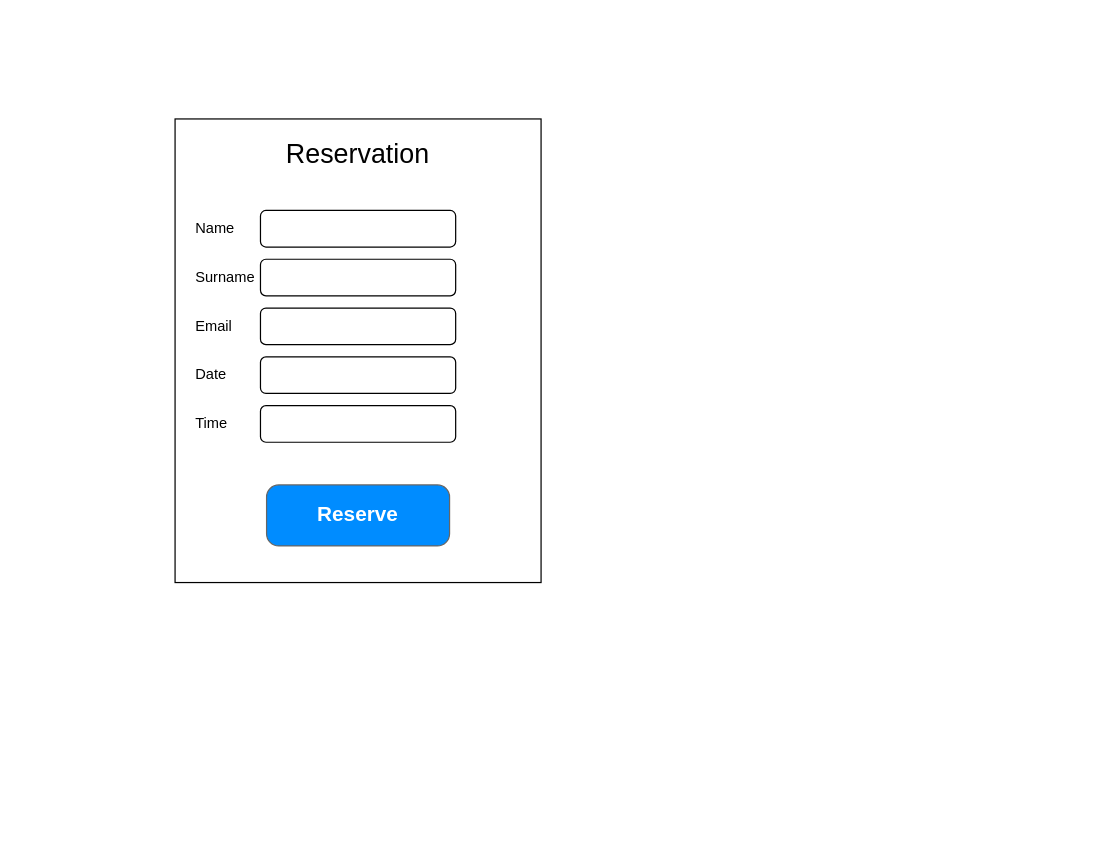
Earlier version of the draw.io diagram wireframe.drawio (bicencdominik/7SWI1_Project). Source tidied: cells renumbered, new cells numbered last; positions are measured from the earlier drawing's top-left corner, leaving out a move shared by most shapes. Both pictures are drawn from the tidied source at 122%, with x=0, y=0 at pixel (174, 118).
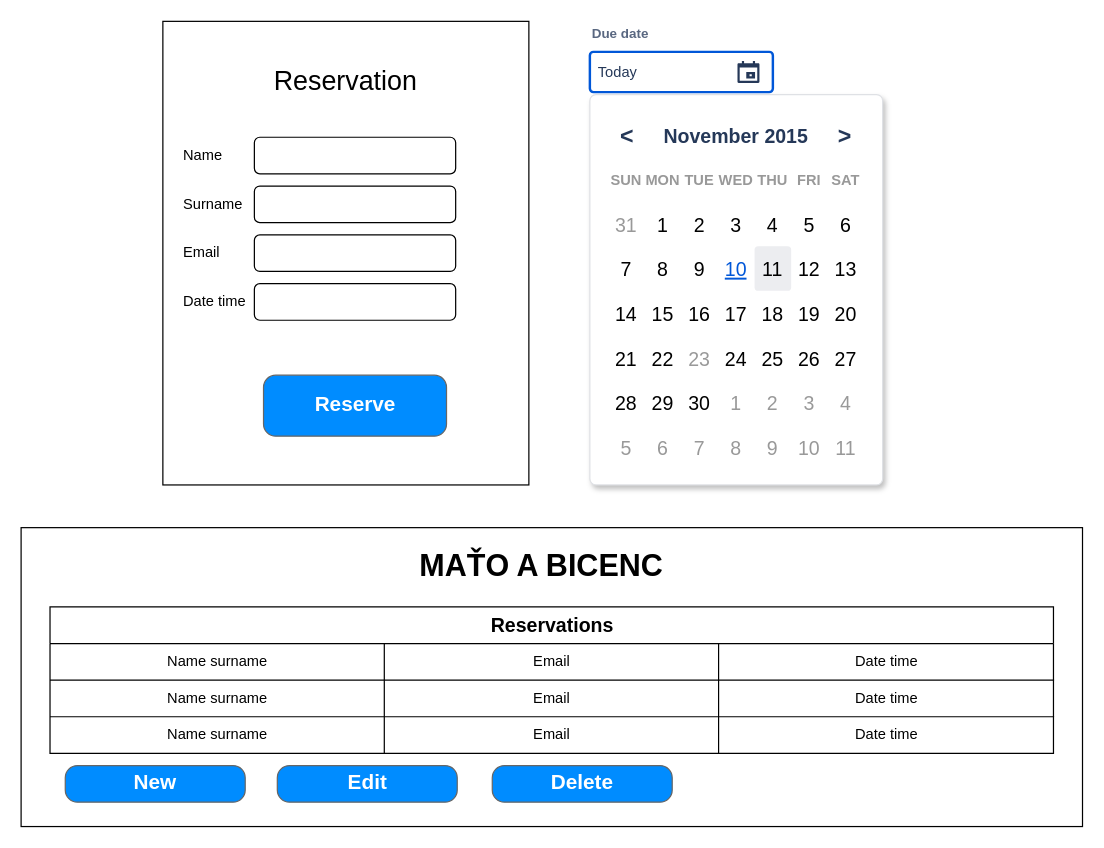
After the change.

What changed in the source:
```diff
@@
     <mxCell id="2" style="rounded=0;whiteSpace=wrap;html=1;glass=0;sketch=0;shadow=0;" parent="1" vertex="1">
-      <mxGeometry width="300" height="380" as="geometry" />
+      <mxGeometry x="-10" y="-80" width="300" height="380" as="geometry" />
     </mxCell>
     <mxCell id="3" value="Name" style="text;html=1;strokeColor=none;fillColor=none;align=left;verticalAlign=middle;whiteSpace=wrap;rounded=0;shadow=0;glass=0;sketch=0;" parent="1" vertex="1">
-      <mxGeometry x="15" y="80" width="40" height="20" as="geometry" />
+      <mxGeometry x="5" y="20" width="40" height="20" as="geometry" />
     </mxCell>
     <mxCell id="4" value="Surname" style="text;html=1;strokeColor=none;fillColor=none;align=left;verticalAlign=middle;whiteSpace=wrap;rounded=0;shadow=0;glass=0;sketch=0;" parent="1" vertex="1">
-      <mxGeometry x="15" y="120" width="70" height="20" as="geometry" />
+      <mxGeometry x="5" y="60" width="70" height="20" as="geometry" />
     </mxCell>
     <mxCell id="5" style="rounded=1;whiteSpace=wrap;html=1;shadow=0;glass=0;sketch=0;align=left;" parent="1" vertex="1">
-      <mxGeometry x="70" y="75" width="160" height="30" as="geometry" />
+      <mxGeometry x="65" y="15" width="165" height="30" as="geometry" />
     </mxCell>
     <mxCell id="6" style="rounded=1;whiteSpace=wrap;html=1;shadow=0;glass=0;sketch=0;align=left;" parent="1" vertex="1">
-      <mxGeometry x="70" y="115" width="160" height="30" as="geometry" />
+      <mxGeometry x="65" y="55" width="165" height="30" as="geometry" />
     </mxCell>
     <mxCell id="7" value="Email" style="text;html=1;strokeColor=none;fillColor=none;align=left;verticalAlign=middle;whiteSpace=wrap;rounded=0;shadow=0;glass=0;sketch=0;" parent="1" vertex="1">
-      <mxGeometry x="15" y="160" width="70" height="20" as="geometry" />
+      <mxGeometry x="5" y="100" width="70" height="20" as="geometry" />
     </mxCell>
     <mxCell id="8" style="rounded=1;whiteSpace=wrap;html=1;shadow=0;glass=0;sketch=0;align=left;" parent="1" vertex="1">
-      <mxGeometry x="70" y="155" width="160" height="30" as="geometry" />
+      <mxGeometry x="65" y="95" width="165" height="30" as="geometry" />
     </mxCell>
-    <mxCell id="9" value="Date" style="text;html=1;strokeColor=none;fillColor=none;align=left;verticalAlign=middle;whiteSpace=wrap;rounded=0;shadow=0;glass=0;sketch=0;" parent="1" vertex="1">
-      <mxGeometry x="15" y="200" width="70" height="20" as="geometry" />
+    <mxCell id="9" value="Date time" style="text;html=1;strokeColor=none;fillColor=none;align=left;verticalAlign=middle;whiteSpace=wrap;rounded=0;shadow=0;glass=0;sketch=0;" parent="1" vertex="1">
+      <mxGeometry x="5" y="140" width="70" height="20" as="geometry" />
     </mxCell>
     <mxCell id="10" style="rounded=1;whiteSpace=wrap;html=1;shadow=0;glass=0;sketch=0;align=left;" parent="1" vertex="1">
-      <mxGeometry x="70" y="195" width="160" height="30" as="geometry" />
+      <mxGeometry x="65" y="135" width="165" height="30" as="geometry" />
     </mxCell>
     <mxCell id="11" value="Reserve" style="strokeWidth=1;shadow=0;dashed=0;align=center;html=1;shape=mxgraph.mockup.buttons.button;strokeColor=#666666;fontColor=#ffffff;mainText=;buttonStyle=round;fontSize=17;fontStyle=1;fillColor=#008cff;whiteSpace=wrap;rounded=0;glass=0;sketch=0;" parent="1" vertex="1">
-      <mxGeometry x="75" y="300" width="150" height="50" as="geometry" />
+      <mxGeometry x="72.5" y="210" width="150" height="50" as="geometry" />
     </mxCell>
-    <mxCell id="12" value="Time" style="text;html=1;strokeColor=none;fillColor=none;align=left;verticalAlign=middle;whiteSpace=wrap;rounded=0;shadow=0;glass=0;sketch=0;" parent="1" vertex="1">
-      <mxGeometry x="15" y="240" width="70" height="20" as="geometry" />
-    </mxCell>
-    <mxCell id="13" style="rounded=1;whiteSpace=wrap;html=1;shadow=0;glass=0;sketch=0;align=left;" parent="1" vertex="1">
-      <mxGeometry x="70" y="235" width="160" height="30" as="geometry" />
-    </mxCell>
     <mxCell id="14" value="&lt;font style=&quot;font-size: 22px&quot;&gt;Reservation&lt;/font&gt;" style="text;html=1;strokeColor=none;fillColor=none;align=center;verticalAlign=middle;whiteSpace=wrap;rounded=0;shadow=0;glass=0;sketch=0;" parent="1" vertex="1">
-      <mxGeometry x="110" y="20" width="80" height="20" as="geometry" />
+      <mxGeometry x="100" y="-40" width="80" height="20" as="geometry" />
     </mxCell>
+    <mxCell id="15" value="Due date" style="fillColor=none;strokeColor=none;html=1;fontSize=11;fontStyle=0;align=left;fontColor=#596780;fontStyle=1;fontSize=11;" parent="1" vertex="1">
+      <mxGeometry x="340" y="-80" width="240" height="20" as="geometry" />
+    </mxCell>
+    <mxCell id="16" value="Today" style="rounded=1;arcSize=9;fillColor=#ffffff;align=left;spacingLeft=5;strokeColor=#0057D8;html=1;strokeWidth=2;fontColor=#253858;fontSize=12;" parent="1" vertex="1">
+      <mxGeometry x="340" y="-55" width="150" height="33" as="geometry" />
+    </mxCell>
+    <mxCell id="17" style="shape=mxgraph.gmdl.calendar;fillColor=#253858;strokeColor=none;" parent="16" vertex="1">
+      <mxGeometry x="1" y="0.5" width="18" height="18" relative="1" as="geometry">
+        <mxPoint x="-29" y="-9" as="offset" />
+      </mxGeometry>
+    </mxCell>
+    <mxCell id="18" style="shape=mxgraph.mockup.forms.rrect;rSize=5;strokeColor=#DFE1E5;fillColor=#ffffff;shadow=1;" parent="1" vertex="1">
+      <mxGeometry x="340" y="-20" width="240" height="320" as="geometry" />
+    </mxCell>
+    <mxCell id="19" value="November 2015" style="strokeColor=none;fillColor=none;fontColor=#253858;fontSize=16;fontStyle=1;" parent="18" vertex="1">
+      <mxGeometry x="45" y="14.6" width="150" height="36.6" as="geometry" />
+    </mxCell>
+    <mxCell id="20" value="&lt;" style="strokeColor=none;fillColor=none;fontColor=#253858;fontSize=19;fontStyle=1;" parent="18" vertex="1">
+      <mxGeometry x="12" y="14.6" width="37.5" height="36.6" as="geometry" />
+    </mxCell>
+    <mxCell id="21" value="&gt;" style="strokeColor=none;fillColor=none;fontColor=#253858;fontSize=19;fontStyle=1;" parent="18" vertex="1">
+      <mxGeometry x="190.5" y="14.6" width="37.5" height="36.6" as="geometry" />
+    </mxCell>
+    <mxCell id="22" value="SUN" style="strokeColor=none;fillColor=none;fontColor=#999999;fontSize=12;fontStyle=1;" parent="18" vertex="1">
+      <mxGeometry x="15" y="51.2" width="30" height="36.6" as="geometry" />
+    </mxCell>
+    <mxCell id="23" value="MON" style="strokeColor=none;fillColor=none;fontColor=#999999;fontSize=12;fontStyle=1;" parent="18" vertex="1">
+      <mxGeometry x="45" y="51.2" width="30" height="36.6" as="geometry" />
+    </mxCell>
+    <mxCell id="24" value="TUE" style="strokeColor=none;fillColor=none;fontColor=#999999;fontSize=12;fontStyle=1;" parent="18" vertex="1">
+      <mxGeometry x="75" y="51.2" width="30" height="36.6" as="geometry" />
+    </mxCell>
+    <mxCell id="25" value="WED" style="strokeColor=none;fillColor=none;fontColor=#999999;fontSize=12;fontStyle=1;" parent="18" vertex="1">
+      <mxGeometry x="105" y="51.2" width="30" height="36.6" as="geometry" />
+    </mxCell>
+    <mxCell id="26" value="THU" style="strokeColor=none;fillColor=none;fontColor=#999999;fontSize=12;fontStyle=1;" parent="18" vertex="1">
+      <mxGeometry x="135" y="51.2" width="30" height="36.6" as="geometry" />
+    </mxCell>
+    <mxCell id="27" value="FRI" style="strokeColor=none;fillColor=none;fontColor=#999999;fontSize=12;fontStyle=1;" parent="18" vertex="1">
+      <mxGeometry x="165" y="51.2" width="30" height="36.6" as="geometry" />
+    </mxCell>
+    <mxCell id="28" value="SAT" style="strokeColor=none;fillColor=none;fontColor=#999999;fontSize=12;fontStyle=1;" parent="18" vertex="1">
+      <mxGeometry x="195" y="51.2" width="30" height="36.6" as="geometry" />
+    </mxCell>
+    <mxCell id="29" value="31" style="strokeColor=none;fillColor=none;fontColor=#999999;fontSize=16;" parent="18" vertex="1">
+      <mxGeometry x="15" y="87.8" width="30" height="36.6" as="geometry" />
+    </mxCell>
+    <mxCell id="30" value="1" style="strokeColor=none;fillColor=none;fontColor=#000000;fontSize=16;" parent="18" vertex="1">
+      <mxGeometry x="45" y="87.8" width="30" height="36.6" as="geometry" />
+    </mxCell>
+    <mxCell id="31" value="2" style="strokeColor=none;fillColor=none;fontColor=#000000;fontSize=16;" parent="18" vertex="1">
+      <mxGeometry x="75" y="87.8" width="30" height="36.6" as="geometry" />
+    </mxCell>
+    <mxCell id="32" value="3" style="strokeColor=none;fillColor=none;fontColor=#000000;fontSize=16;" parent="18" vertex="1">
+      <mxGeometry x="105" y="87.8" width="30" height="36.6" as="geometry" />
+    </mxCell>
+    <mxCell id="33" value="4" style="strokeColor=none;fillColor=none;fontColor=#000000;fontSize=16;" parent="18" vertex="1">
+      <mxGeometry x="135" y="87.8" width="30" height="36.6" as="geometry" />
+    </mxCell>
+    <mxCell id="34" value="5" style="strokeColor=none;fillColor=none;fontColor=#000000;fontSize=16;" parent="18" vertex="1">
+      <mxGeometry x="165" y="87.8" width="30" height="36.6" as="geometry" />
+    </mxCell>
+    <mxCell id="35" value="6" style="strokeColor=none;fillColor=none;fontColor=#000000;fontSize=16;" parent="18" vertex="1">
+      <mxGeometry x="195" y="87.8" width="30" height="36.6" as="geometry" />
+    </mxCell>
+    <mxCell id="36" value="7" style="strokeColor=none;fillColor=none;fontColor=#000000;fontSize=16;" parent="18" vertex="1">
+      <mxGeometry x="15" y="124.3" width="30" height="36.6" as="geometry" />
+    </mxCell>
+    <mxCell id="37" value="8" style="strokeColor=none;fillColor=none;fontColor=#000000;fontSize=16;" parent="18" vertex="1">
+      <mxGeometry x="45" y="124.3" width="30" height="36.6" as="geometry" />
+    </mxCell>
+    <mxCell id="38" value="9" style="strokeColor=none;fillColor=none;fontColor=#000000;fontSize=16;" parent="18" vertex="1">
+      <mxGeometry x="75" y="124.3" width="30" height="36.6" as="geometry" />
+    </mxCell>
+    <mxCell id="39" value="10" style="strokeColor=none;fillColor=none;fontColor=#0057D8;fontSize=16;fontStyle=4;" parent="18" vertex="1">
+      <mxGeometry x="105" y="124.3" width="30" height="36.6" as="geometry" />
+    </mxCell>
+    <mxCell id="40" value="11" style="strokeColor=none;fillColor=#ECEDF0;fontColor=#000000;fontSize=16;rounded=1;arcSize=10;" parent="18" vertex="1">
+      <mxGeometry x="135" y="124.3" width="30" height="36.6" as="geometry" />
+    </mxCell>
+    <mxCell id="41" value="12" style="strokeColor=none;fillColor=none;fontColor=#000000;fontSize=16;" parent="18" vertex="1">
+      <mxGeometry x="165" y="124.3" width="30" height="36.6" as="geometry" />
+    </mxCell>
+    <mxCell id="42" value="13" style="strokeColor=none;fillColor=none;fontColor=#000000;fontSize=16;" parent="18" vertex="1">
+      <mxGeometry x="195" y="124.3" width="30" height="36.6" as="geometry" />
+    </mxCell>
+    <mxCell id="43" value="14" style="strokeColor=none;fillColor=none;fontColor=#000000;fontSize=16;" parent="18" vertex="1">
+      <mxGeometry x="15" y="160.9" width="30" height="36.6" as="geometry" />
+    </mxCell>
+    <mxCell id="44" value="15" style="strokeColor=none;fillColor=none;fontColor=#000000;fontSize=16;" parent="18" vertex="1">
+      <mxGeometry x="45" y="160.9" width="30" height="36.6" as="geometry" />
+    </mxCell>
+    <mxCell id="45" value="16" style="strokeColor=none;fillColor=none;fontColor=#000000;fontSize=16;" parent="18" vertex="1">
+      <mxGeometry x="75" y="160.9" width="30" height="36.6" as="geometry" />
+    </mxCell>
+    <mxCell id="46" value="17" style="strokeColor=none;fillColor=none;fontColor=#000000;fontSize=16;" parent="18" vertex="1">
+      <mxGeometry x="105" y="160.9" width="30" height="36.6" as="geometry" />
+    </mxCell>
+    <mxCell id="47" value="18" style="strokeColor=none;fillColor=none;fontColor=#000000;fontSize=16;" parent="18" vertex="1">
+      <mxGeometry x="135" y="160.9" width="30" height="36.6" as="geometry" />
+    </mxCell>
+    <mxCell id="48" value="19" style="strokeColor=none;fillColor=none;fontColor=#000000;fontSize=16;" parent="18" vertex="1">
+      <mxGeometry x="165" y="160.9" width="30" height="36.6" as="geometry" />
+    </mxCell>
+    <mxCell id="49" value="20" style="strokeColor=none;fillColor=none;fontColor=#000000;fontSize=16;" parent="18" vertex="1">
+      <mxGeometry x="195" y="160.9" width="30" height="36.6" as="geometry" />
+    </mxCell>
+    <mxCell id="50" value="21" style="strokeColor=none;fillColor=none;fontColor=#000000;fontSize=16;" parent="18" vertex="1">
+      <mxGeometry x="15" y="197.5" width="30" height="36.6" as="geometry" />
+    </mxCell>
+    <mxCell id="51" value="22" style="strokeColor=none;fillColor=none;fontColor=#000000;fontSize=16;" parent="18" vertex="1">
+      <mxGeometry x="45" y="197.5" width="30" height="36.6" as="geometry" />
+    </mxCell>
+    <mxCell id="52" value="23" style="strokeColor=none;fillColor=none;fontColor=#999999;fontSize=16;" parent="18" vertex="1">
+      <mxGeometry x="75" y="197.5" width="30" height="36.6" as="geometry" />
+    </mxCell>
+    <mxCell id="53" value="24" style="strokeColor=none;fillColor=none;fontColor=#000000;fontSize=16;" parent="18" vertex="1">
+      <mxGeometry x="105" y="197.5" width="30" height="36.6" as="geometry" />
+    </mxCell>
+    <mxCell id="54" value="25" style="strokeColor=none;fillColor=none;fontColor=#000000;fontSize=16;" parent="18" vertex="1">
+      <mxGeometry x="135" y="197.5" width="30" height="36.6" as="geometry" />
+    </mxCell>
+    <mxCell id="55" value="26" style="strokeColor=none;fillColor=none;fontColor=#000000;fontSize=16;" parent="18" vertex="1">
+      <mxGeometry x="165" y="197.5" width="30" height="36.6" as="geometry" />
+    </mxCell>
+    <mxCell id="56" value="27" style="strokeColor=none;fillColor=none;fontColor=#000000;fontSize=16;" parent="18" vertex="1">
+      <mxGeometry x="195" y="197.5" width="30" height="36.6" as="geometry" />
+    </mxCell>
+    <mxCell id="57" value="28" style="strokeColor=none;fillColor=none;fontColor=#000000;fontSize=16;" parent="18" vertex="1">
+      <mxGeometry x="15" y="234.1" width="30" height="36.6" as="geometry" />
+    </mxCell>
+    <mxCell id="58" value="29" style="strokeColor=none;fillColor=none;fontColor=#000000;fontSize=16;" parent="18" vertex="1">
+      <mxGeometry x="45" y="234.1" width="30" height="36.6" as="geometry" />
+    </mxCell>
+    <mxCell id="59" value="30" style="strokeColor=none;fillColor=none;fontColor=#000000;fontSize=16;" parent="18" vertex="1">
+      <mxGeometry x="75" y="234.1" width="30" height="36.6" as="geometry" />
+    </mxCell>
+    <mxCell id="60" value="1" style="strokeColor=none;fillColor=none;fontColor=#999999;fontSize=16;" parent="18" vertex="1">
+      <mxGeometry x="105" y="234.1" width="30" height="36.6" as="geometry" />
+    </mxCell>
+    <mxCell id="61" value="2" style="strokeColor=none;fillColor=none;fontColor=#999999;fontSize=16;" parent="18" vertex="1">
+      <mxGeometry x="135" y="234.1" width="30" height="36.6" as="geometry" />
+    </mxCell>
+    <mxCell id="62" value="3" style="strokeColor=none;fillColor=none;fontColor=#999999;fontSize=16;" parent="18" vertex="1">
+      <mxGeometry x="165" y="234.1" width="30" height="36.6" as="geometry" />
+    </mxCell>
+    <mxCell id="63" value="4" style="strokeColor=none;fillColor=none;fontColor=#999999;fontSize=16;" parent="18" vertex="1">
+      <mxGeometry x="195" y="234.1" width="30" height="36.6" as="geometry" />
+    </mxCell>
+    <mxCell id="64" value="5" style="strokeColor=none;fillColor=none;fontColor=#999999;fontSize=16;" parent="18" vertex="1">
+      <mxGeometry x="15" y="270.6" width="30" height="36.6" as="geometry" />
+    </mxCell>
+    <mxCell id="65" value="6" style="strokeColor=none;fillColor=none;fontColor=#999999;fontSize=16;" parent="18" vertex="1">
+      <mxGeometry x="45" y="270.6" width="30" height="36.6" as="geometry" />
+    </mxCell>
+    <mxCell id="66" value="7" style="strokeColor=none;fillColor=none;fontColor=#999999;fontSize=16;" parent="18" vertex="1">
+      <mxGeometry x="75" y="270.6" width="30" height="36.6" as="geometry" />
+    </mxCell>
+    <mxCell id="67" value="8" style="strokeColor=none;fillColor=none;fontColor=#999999;fontSize=16;" parent="18" vertex="1">
+      <mxGeometry x="105" y="270.6" width="30" height="36.6" as="geometry" />
+    </mxCell>
+    <mxCell id="68" value="9" style="strokeColor=none;fillColor=none;fontColor=#999999;fontSize=16;" parent="18" vertex="1">
+      <mxGeometry x="135" y="270.6" width="30" height="36.6" as="geometry" />
+    </mxCell>
+    <mxCell id="69" value="10" style="strokeColor=none;fillColor=none;fontColor=#999999;fontSize=16;" parent="18" vertex="1">
+      <mxGeometry x="165" y="270.6" width="30" height="36.6" as="geometry" />
+    </mxCell>
+    <mxCell id="70" value="11" style="strokeColor=none;fillColor=none;fontColor=#999999;fontSize=16;" parent="18" vertex="1">
+      <mxGeometry x="195" y="270.6" width="30" height="36.6" as="geometry" />
+    </mxCell>
+    <mxCell id="71" style="rounded=0;whiteSpace=wrap;html=1;" parent="1" vertex="1">
+      <mxGeometry x="-126.2" y="335" width="870" height="245" as="geometry" />
+    </mxCell>
+    <mxCell id="72" value="&lt;font size=&quot;1&quot;&gt;&lt;b style=&quot;font-size: 25px&quot;&gt;MAŤO A BICENC&lt;/b&gt;&lt;/font&gt;" style="text;html=1;strokeColor=none;fillColor=none;align=center;verticalAlign=middle;whiteSpace=wrap;rounded=0;" parent="1" vertex="1">
+      <mxGeometry x="192.5" y="330" width="215" height="70" as="geometry" />
+    </mxCell>
+    <mxCell id="73" value="Edit" style="strokeWidth=1;shadow=0;dashed=0;align=center;html=1;shape=mxgraph.mockup.buttons.button;strokeColor=#666666;fontColor=#ffffff;mainText=;buttonStyle=round;fontSize=17;fontStyle=1;fillColor=#008cff;whiteSpace=wrap;rounded=0;glass=0;sketch=0;" parent="1" vertex="1">
+      <mxGeometry x="83.8" y="530" width="147.5" height="30" as="geometry" />
+    </mxCell>
+    <mxCell id="74" value="New" style="strokeWidth=1;shadow=0;dashed=0;align=center;html=1;shape=mxgraph.mockup.buttons.button;strokeColor=#666666;fontColor=#ffffff;mainText=;buttonStyle=round;fontSize=17;fontStyle=1;fillColor=#008cff;whiteSpace=wrap;rounded=0;glass=0;sketch=0;" parent="1" vertex="1">
+      <mxGeometry x="-90" y="530" width="147.5" height="30" as="geometry" />
+    </mxCell>
+    <mxCell id="75" value="Delete" style="strokeWidth=1;shadow=0;dashed=0;align=center;html=1;shape=mxgraph.mockup.buttons.button;strokeColor=#666666;fontColor=#ffffff;mainText=;buttonStyle=round;fontSize=17;fontStyle=1;fillColor=#008cff;whiteSpace=wrap;rounded=0;glass=0;sketch=0;" parent="1" vertex="1">
+      <mxGeometry x="260" y="530" width="147.5" height="30" as="geometry" />
+    </mxCell>
+    <mxCell id="76" value="&lt;font style=&quot;font-size: 16px&quot;&gt;Reservations&lt;/font&gt;" style="shape=table;html=1;whiteSpace=wrap;startSize=30;childLayout=tableLayout;fontStyle=1;align=center;" parent="1" vertex="1">
+      <mxGeometry x="-102.5" y="400" width="822.5" height="120" as="geometry" />
+    </mxCell>
+    <mxCell id="77" style="shape=partialRectangle;html=1;whiteSpace=wrap;fillColor=none;top=0;left=0;bottom=0;right=0;" parent="76" vertex="1">
+      <mxGeometry y="30" width="822.5" height="30" as="geometry" />
+    </mxCell>
+    <mxCell id="78" value="Name surname" style="shape=partialRectangle;html=1;whiteSpace=wrap;fillColor=none;top=0;left=0;bottom=0;right=0;overflow=hidden;" parent="77" vertex="1">
+      <mxGeometry width="274" height="30" as="geometry" />
+    </mxCell>
+    <mxCell id="79" value="Email" style="shape=partialRectangle;html=1;whiteSpace=wrap;fillColor=none;top=0;left=0;bottom=0;right=0;overflow=hidden;" parent="77" vertex="1">
+      <mxGeometry x="274" width="274" height="30" as="geometry" />
+    </mxCell>
+    <mxCell id="80" value="Date time" style="shape=partialRectangle;html=1;whiteSpace=wrap;fillColor=none;top=0;left=0;bottom=0;right=0;overflow=hidden;" parent="77" vertex="1">
+      <mxGeometry x="548" width="275" height="30" as="geometry" />
+    </mxCell>
+    <mxCell id="81" style="shape=partialRectangle;html=1;whiteSpace=wrap;fillColor=none;top=0;left=0;bottom=0;right=0;" parent="76" vertex="1">
+      <mxGeometry y="60" width="822.5" height="30" as="geometry" />
+    </mxCell>
+    <mxCell id="82" value="&lt;span&gt;Name surname&lt;/span&gt;" style="shape=partialRectangle;html=1;whiteSpace=wrap;fillColor=none;top=0;left=0;bottom=0;right=0;overflow=hidden;" parent="81" vertex="1">
+      <mxGeometry width="274" height="30" as="geometry" />
+    </mxCell>
+    <mxCell id="83" value="&lt;span&gt;Email&lt;/span&gt;" style="shape=partialRectangle;html=1;whiteSpace=wrap;fillColor=none;top=0;left=0;bottom=0;right=0;overflow=hidden;" parent="81" vertex="1">
+      <mxGeometry x="274" width="274" height="30" as="geometry" />
+    </mxCell>
+    <mxCell id="84" value="&lt;span&gt;Date time&lt;/span&gt;" style="shape=partialRectangle;html=1;whiteSpace=wrap;fillColor=none;top=0;left=0;bottom=0;right=0;overflow=hidden;" parent="81" vertex="1">
+      <mxGeometry x="548" width="275" height="30" as="geometry" />
+    </mxCell>
+    <mxCell id="85" style="shape=partialRectangle;html=1;whiteSpace=wrap;fillColor=none;top=0;left=0;bottom=0;right=0;" parent="76" vertex="1">
+      <mxGeometry y="90" width="822.5" height="30" as="geometry" />
+    </mxCell>
+    <mxCell id="86" value="&lt;span&gt;Name surname&lt;/span&gt;" style="shape=partialRectangle;html=1;whiteSpace=wrap;fillColor=none;top=0;left=0;bottom=0;right=0;overflow=hidden;" parent="85" vertex="1">
+      <mxGeometry width="274" height="30" as="geometry" />
+    </mxCell>
+    <mxCell id="87" value="&lt;span&gt;Email&lt;/span&gt;" style="shape=partialRectangle;html=1;whiteSpace=wrap;fillColor=none;top=0;left=0;bottom=0;right=0;overflow=hidden;" parent="85" vertex="1">
+      <mxGeometry x="274" width="274" height="30" as="geometry" />
+    </mxCell>
+    <mxCell id="88" value="&lt;span&gt;Date time&lt;/span&gt;" style="shape=partialRectangle;html=1;whiteSpace=wrap;fillColor=none;top=0;left=0;bottom=0;right=0;overflow=hidden;" parent="85" vertex="1">
+      <mxGeometry x="548" width="275" height="30" as="geometry" />
+    </mxCell>
```
